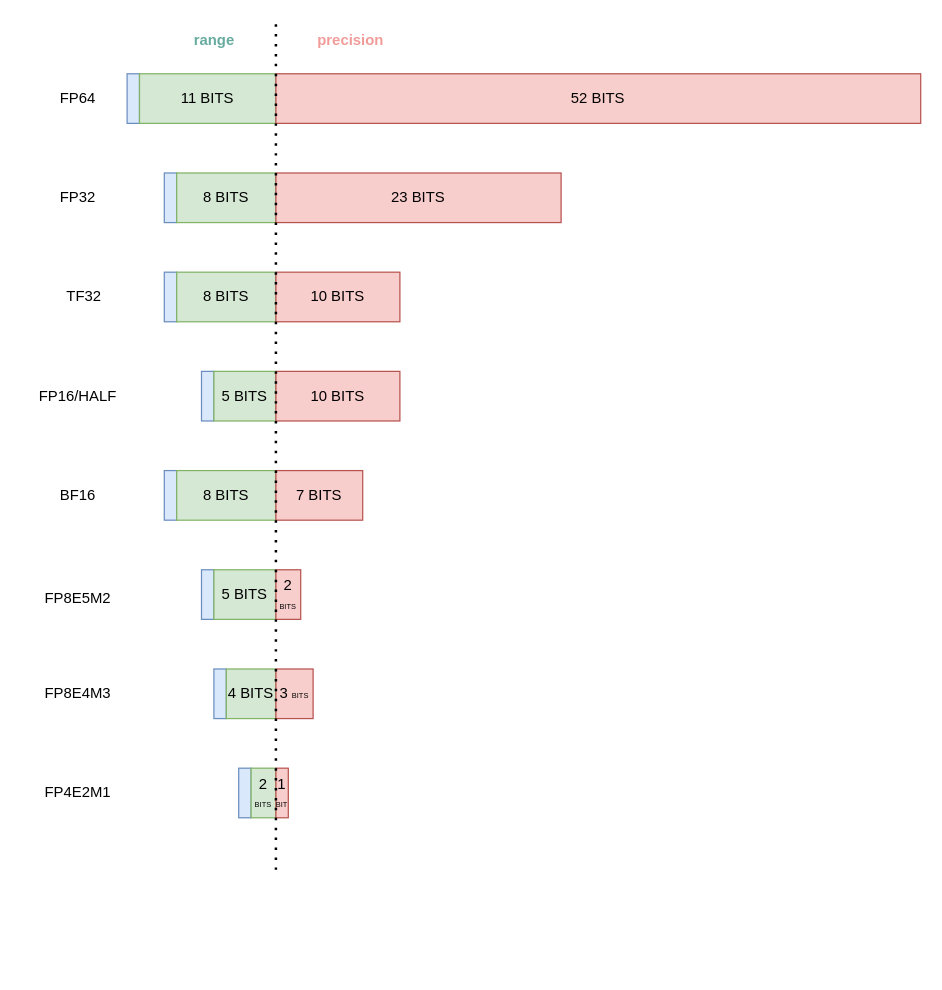
This is 未命名绘图.drawio from alanzhai219/dive_into_framework, a draw.io file, before an edit. Source tidied: cells renumbered, new cells numbered last; positions are measured from the earlier drawing's top-left corner, leaving out a move shared by most shapes. Both pictures are drawn from the tidied source at 124%, with x=0, y=0 at pixel (21, 21).
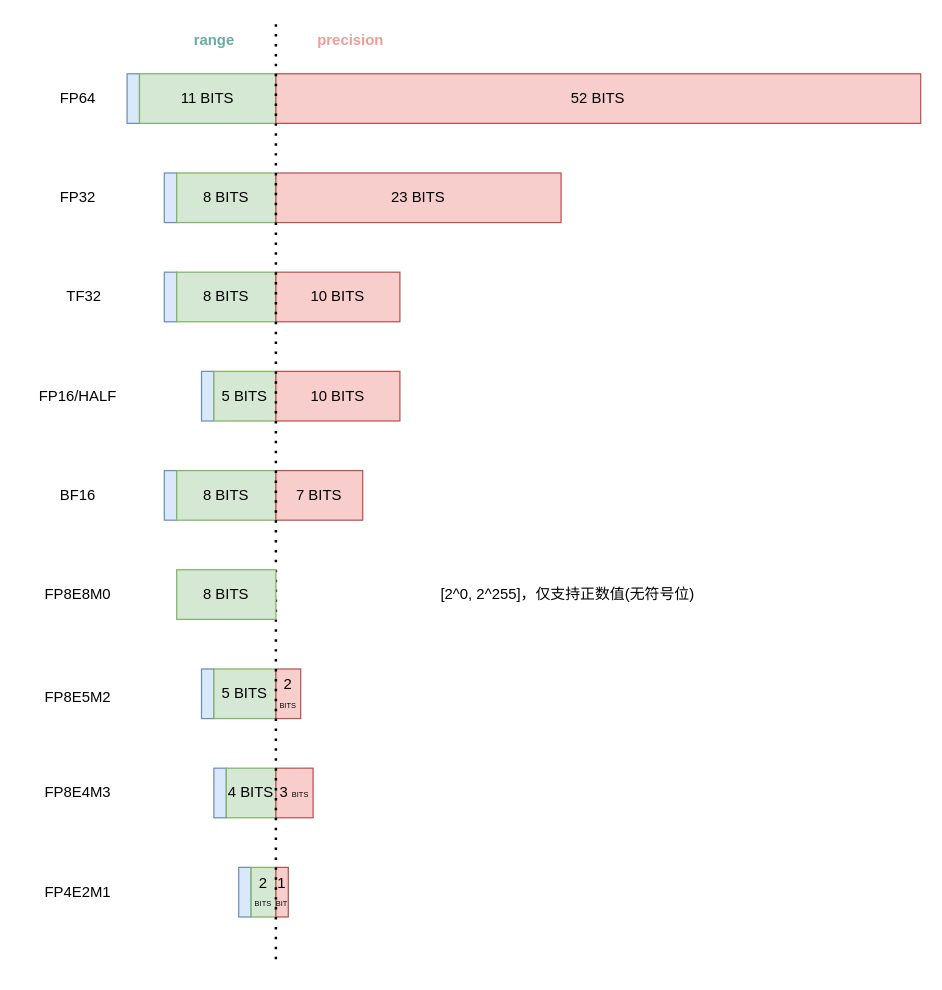
The same diagram, later.

Commit message:
更新未命名绘图.drawio

What changed in the source:
```diff
@@
     <mxCell id="17" style="rounded=0;whiteSpace=wrap;html=1;fillColor=#dae8fc;strokeColor=#6c8ebf;" parent="1" vertex="1">
-      <mxGeometry x="145" y="442" width="10" height="40" as="geometry" />
+      <mxGeometry x="145" y="522" width="10" height="40" as="geometry" />
     </mxCell>
     <mxCell id="18" value="5 BITS" style="rounded=0;whiteSpace=wrap;html=1;fillColor=#d5e8d4;strokeColor=#82b366;" parent="1" vertex="1">
-      <mxGeometry x="155" y="442" width="50" height="40" as="geometry" />
+      <mxGeometry x="155" y="522" width="50" height="40" as="geometry" />
     </mxCell>
     <mxCell id="19" value="2 &lt;font style=&quot;font-size: 6px;&quot;&gt;BITS&lt;/font&gt;" style="rounded=0;whiteSpace=wrap;html=1;fillColor=#f8cecc;strokeColor=#b85450;" parent="1" vertex="1">
-      <mxGeometry x="205" y="442" width="20" height="40" as="geometry" />
+      <mxGeometry x="205" y="522" width="20" height="40" as="geometry" />
     </mxCell>
     <mxCell id="20" value="FP8E5M2" style="text;html=1;align=center;verticalAlign=middle;strokeColor=none;fillColor=none;" parent="1" vertex="1">
-      <mxGeometry x="5" y="450" width="80" height="30" as="geometry" />
+      <mxGeometry x="5" y="530" width="80" height="30" as="geometry" />
     </mxCell>
     <mxCell id="21" style="rounded=0;whiteSpace=wrap;html=1;fillColor=#dae8fc;strokeColor=#6c8ebf;" parent="1" vertex="1">
-      <mxGeometry x="155" y="522" width="10" height="40" as="geometry" />
+      <mxGeometry x="155" y="602" width="10" height="40" as="geometry" />
     </mxCell>
     <mxCell id="22" value="4 BITS" style="rounded=0;whiteSpace=wrap;html=1;fillColor=#d5e8d4;strokeColor=#82b366;" parent="1" vertex="1">
-      <mxGeometry x="165" y="522" width="40" height="40" as="geometry" />
+      <mxGeometry x="165" y="602" width="40" height="40" as="geometry" />
     </mxCell>
     <mxCell id="23" value="3 &lt;font style=&quot;font-size: 6px;&quot;&gt;BITS&lt;/font&gt;" style="rounded=0;whiteSpace=wrap;html=1;fillColor=#f8cecc;strokeColor=#b85450;" parent="1" vertex="1">
-      <mxGeometry x="205" y="522" width="30" height="40" as="geometry" />
+      <mxGeometry x="205" y="602" width="30" height="40" as="geometry" />
     </mxCell>
     <mxCell id="24" value="FP8E4M3" style="text;html=1;align=center;verticalAlign=middle;strokeColor=none;fillColor=none;" parent="1" vertex="1">
-      <mxGeometry x="5" y="527" width="80" height="30" as="geometry" />
+      <mxGeometry x="5" y="607" width="80" height="30" as="geometry" />
     </mxCell>
     <mxCell id="25" style="rounded=0;whiteSpace=wrap;html=1;fillColor=#dae8fc;strokeColor=#6c8ebf;" parent="1" vertex="1">
-      <mxGeometry x="175" y="602" width="10" height="40" as="geometry" />
+      <mxGeometry x="175" y="682" width="10" height="40" as="geometry" />
     </mxCell>
     <mxCell id="26" value="2 &lt;font style=&quot;font-size: 6px;&quot;&gt;BITS&lt;/font&gt;" style="rounded=0;whiteSpace=wrap;html=1;fillColor=#d5e8d4;strokeColor=#82b366;" parent="1" vertex="1">
-      <mxGeometry x="185" y="602" width="20" height="40" as="geometry" />
+      <mxGeometry x="185" y="682" width="20" height="40" as="geometry" />
     </mxCell>
     <mxCell id="27" value="1&lt;div&gt;&lt;font style=&quot;font-size: 6px;&quot;&gt;BIT&lt;/font&gt;&lt;/div&gt;" style="rounded=0;whiteSpace=wrap;html=1;fillColor=#f8cecc;strokeColor=#b85450;" parent="1" vertex="1">
-      <mxGeometry x="205" y="602" width="10" height="40" as="geometry" />
+      <mxGeometry x="205" y="682" width="10" height="40" as="geometry" />
     </mxCell>
     <mxCell id="28" value="FP4E2M1" style="text;html=1;align=center;verticalAlign=middle;strokeColor=none;fillColor=none;" parent="1" vertex="1">
-      <mxGeometry x="5" y="607" width="80" height="30" as="geometry" />
+      <mxGeometry x="5" y="687" width="80" height="30" as="geometry" />
     </mxCell>
@@
     <mxCell id="34" style="endArrow=none;dashed=1;html=1;dashPattern=1 3;strokeWidth=2;rounded=0;" parent="1" edge="1">
       <mxGeometry relative="1" as="geometry">
         <mxPoint x="205" y="2" as="sourcePoint" />
-        <mxPoint x="205" y="688.6" as="targetPoint" />
+        <mxPoint x="205" y="762" as="targetPoint" />
       </mxGeometry>
     </mxCell>
@@
+    <mxCell id="37" value="8 BITS" style="rounded=0;whiteSpace=wrap;html=1;fillColor=#d5e8d4;strokeColor=#82b366;" parent="1" vertex="1">
+      <mxGeometry x="125" y="442" width="80" height="40" as="geometry" />
+    </mxCell>
+    <mxCell id="38" value="FP8E8M0" style="text;html=1;align=center;verticalAlign=middle;strokeColor=none;fillColor=none;" parent="1" vertex="1">
+      <mxGeometry x="5" y="447" width="80" height="30" as="geometry" />
+    </mxCell>
+    <mxCell id="39" value="[2^0, 2^255]，仅支持正数值(无符号位)" style="text;html=1;align=center;verticalAlign=middle;strokeColor=none;fillColor=none;" parent="1" vertex="1">
+      <mxGeometry x="325" y="447" width="230" height="30" as="geometry" />
+    </mxCell>
```
